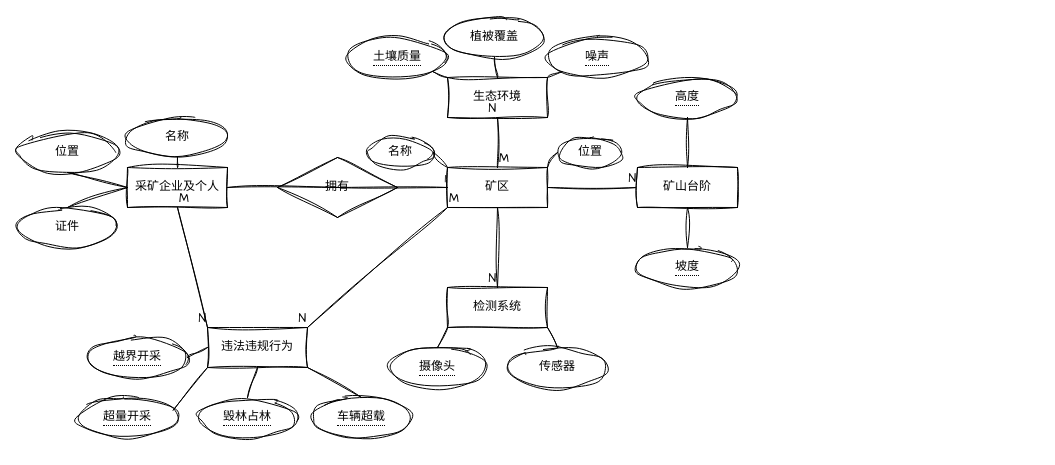
Earlier version of the draw.io diagram 地理信息系统.drawio (ZXovery/Learning). Source tidied: cells renumbered, new cells numbered last; positions are measured from the earlier drawing's top-left corner, leaving out a move shared by most shapes. Both pictures are drawn from the tidied source at 100%, with x=0, y=0 at pixel (17, 17).
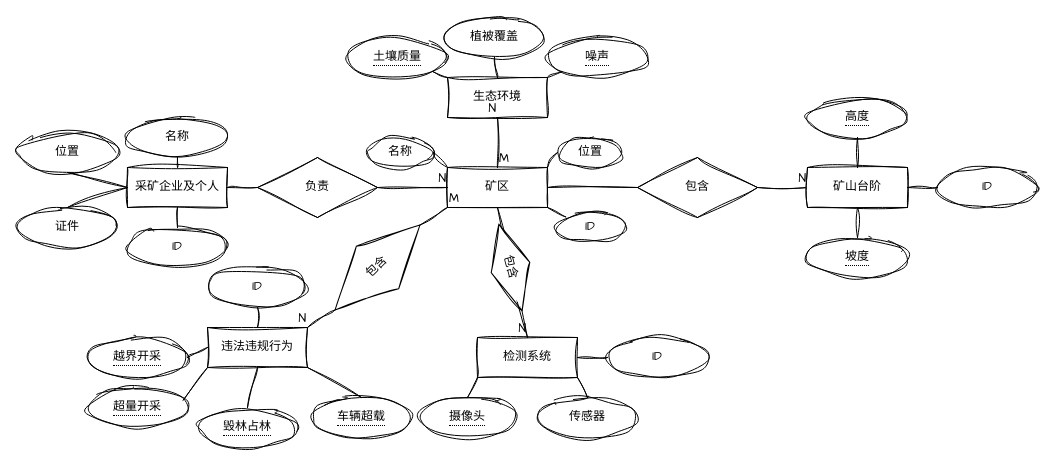
Above is the later version.

Commit message:
更新地理信息系统.drawio

Unchanged cells that the change refers to:
```xml
<mxCell id="2" value="采矿企业及个人" style="whiteSpace=wrap;html=1;align=center;sketch=1;hachureGap=4;jiggle=2;curveFitting=1;fontFamily=Architects Daughter;" parent="1" vertex="1">
  <mxGeometry x="110" y="150" width="100" height="40" as="geometry" />
</mxCell>
<mxCell id="3" value="违法违规行为" style="whiteSpace=wrap;html=1;align=center;sketch=1;hachureGap=4;jiggle=2;curveFitting=1;fontFamily=Architects Daughter;" parent="1" vertex="1">
  <mxGeometry x="190" y="310" width="100" height="40" as="geometry" />
</mxCell>
<mxCell id="4" value="矿区" style="whiteSpace=wrap;html=1;align=center;sketch=1;hachureGap=4;jiggle=2;curveFitting=1;fontFamily=Architects Daughter;" parent="1" vertex="1">
  <mxGeometry x="430" y="150" width="100" height="40" as="geometry" />
</mxCell>
```

What changed in the source:
```diff
@@
     <mxCell id="5" value="检测系统" style="whiteSpace=wrap;html=1;align=center;sketch=1;hachureGap=4;jiggle=2;curveFitting=1;fontFamily=Architects Daughter;" parent="1" vertex="1">
-      <mxGeometry x="430" y="270" width="100" height="40" as="geometry" />
+      <mxGeometry x="460" y="320" width="100" height="40" as="geometry" />
     </mxCell>
@@
-    <mxCell id="13" value="拥有" style="shape=rhombus;perimeter=rhombusPerimeter;whiteSpace=wrap;html=1;align=center;sketch=1;hachureGap=4;jiggle=2;curveFitting=1;fontFamily=Architects Daughter;" parent="1" vertex="1">
-      <mxGeometry x="260" y="140" width="120" height="60" as="geometry" />
-    </mxCell>
-    <mxCell id="14" style="endArrow=none;html=1;rounded=0;sketch=1;hachureGap=4;jiggle=2;curveFitting=1;fontFamily=Architects Daughter;exitX=1;exitY=0.5;exitDx=0;exitDy=0;entryX=0;entryY=0.5;entryDx=0;entryDy=0;" parent="1" edge="1" source="2" target="4">
-      <mxGeometry relative="1" as="geometry">
-        <Array as="points">
-          <mxPoint x="320" y="170" />
-        </Array>
-      </mxGeometry>
-    </mxCell>
-    <mxCell id="15" value="1" style="html=1;whiteSpace=wrap;align=right;verticalAlign=bottom;sketch=1;hachureGap=4;jiggle=2;curveFitting=1;fontFamily=Architects Daughter;" parent="14" vertex="1">
-      <mxGeometry x="1" relative="1" as="geometry" />
-    </mxCell>
-    <mxCell id="16" style="endArrow=none;html=1;rounded=0;sketch=1;hachureGap=4;jiggle=2;curveFitting=1;fontFamily=Architects Daughter;exitX=1;exitY=0.5;exitDx=0;exitDy=0;" parent="1" edge="1" source="4">
-      <mxGeometry relative="1" as="geometry">
-        <mxPoint x="620" y="170" as="targetPoint" />
-      </mxGeometry>
+    <mxCell id="16" style="endArrow=none;html=1;rounded=0;sketch=1;hachureGap=4;jiggle=2;curveFitting=1;fontFamily=Architects Daughter;exitX=1;exitY=0.5;exitDx=0;exitDy=0;entryX=0;entryY=0.5;entryDx=0;entryDy=0;" parent="1" edge="1" source="58" target="18">
+      <mxGeometry relative="1" as="geometry" />
     </mxCell>
@@
     <mxCell id="18" value="矿山台阶" style="whiteSpace=wrap;html=1;align=center;sketch=1;hachureGap=4;jiggle=2;curveFitting=1;fontFamily=Architects Daughter;" parent="1" vertex="1">
-      <mxGeometry x="620" y="150" width="100" height="40" as="geometry" />
+      <mxGeometry x="790" y="150" width="100" height="40" as="geometry" />
     </mxCell>
     <mxCell id="19" value="&lt;span style=&quot;border-bottom: 1px dotted&quot;&gt;坡度&lt;/span&gt;" style="ellipse;whiteSpace=wrap;html=1;align=center;sketch=1;hachureGap=4;jiggle=2;curveFitting=1;fontFamily=Architects Daughter;" parent="1" vertex="1">
-      <mxGeometry x="620" y="230" width="100" height="40" as="geometry" />
+      <mxGeometry x="790" y="220" width="100" height="40" as="geometry" />
     </mxCell>
     <mxCell id="20" value="&lt;span style=&quot;border-bottom: 1px dotted&quot;&gt;高度&lt;/span&gt;" style="ellipse;whiteSpace=wrap;html=1;align=center;sketch=1;hachureGap=4;jiggle=2;curveFitting=1;fontFamily=Architects Daughter;" parent="1" vertex="1">
-      <mxGeometry x="620" y="60" width="100" height="40" as="geometry" />
+      <mxGeometry x="790" y="80" width="100" height="40" as="geometry" />
     </mxCell>
@@
     <mxCell id="22" value="&lt;span style=&quot;border-bottom: 1px dotted&quot;&gt;摄像头&lt;/span&gt;" style="ellipse;whiteSpace=wrap;html=1;align=center;sketch=1;hachureGap=4;jiggle=2;curveFitting=1;fontFamily=Architects Daughter;" parent="1" vertex="1">
-      <mxGeometry x="370" y="330" width="100" height="40" as="geometry" />
+      <mxGeometry x="400" y="380" width="100" height="40" as="geometry" />
     </mxCell>
     <mxCell id="23" value="传感器" style="ellipse;whiteSpace=wrap;html=1;align=center;sketch=1;hachureGap=4;jiggle=2;curveFitting=1;fontFamily=Architects Daughter;" parent="1" vertex="1">
-      <mxGeometry x="490" y="330" width="100" height="40" as="geometry" />
+      <mxGeometry x="520" y="380" width="100" height="40" as="geometry" />
     </mxCell>
@@
-    <mxCell id="32" style="endArrow=none;html=1;rounded=0;sketch=1;hachureGap=4;jiggle=2;curveFitting=1;fontFamily=Architects Daughter;exitX=0.5;exitY=1;exitDx=0;exitDy=0;entryX=0;entryY=0;entryDx=0;entryDy=0;" parent="1" edge="1" source="2" target="3">
-      <mxGeometry relative="1" as="geometry" />
-    </mxCell>
-    <mxCell id="33" value="M" style="html=1;whiteSpace=wrap;align=left;verticalAlign=bottom;sketch=1;hachureGap=4;jiggle=2;curveFitting=1;fontFamily=Architects Daughter;" parent="32" vertex="1">
-      <mxGeometry x="-1" relative="1" as="geometry" />
-    </mxCell>
-    <mxCell id="34" value="N" style="html=1;whiteSpace=wrap;align=right;verticalAlign=bottom;sketch=1;hachureGap=4;jiggle=2;curveFitting=1;fontFamily=Architects Daughter;" parent="32" vertex="1">
-      <mxGeometry x="1" relative="1" as="geometry" />
-    </mxCell>
-    <mxCell id="35" style="endArrow=none;html=1;rounded=0;sketch=1;hachureGap=4;jiggle=2;curveFitting=1;fontFamily=Architects Daughter;exitX=0;exitY=1;exitDx=0;exitDy=0;entryX=1;entryY=0;entryDx=0;entryDy=0;" parent="1" edge="1" source="4" target="3">
+    <mxCell id="35" style="endArrow=none;html=1;rounded=0;sketch=1;hachureGap=4;jiggle=2;curveFitting=1;fontFamily=Architects Daughter;exitX=0;exitY=0.5;exitDx=0;exitDy=0;entryX=1;entryY=0;entryDx=0;entryDy=0;" parent="1" edge="1" source="74" target="3">
       <mxGeometry relative="1" as="geometry" />
     </mxCell>
-    <mxCell id="36" value="M" style="html=1;whiteSpace=wrap;align=left;verticalAlign=bottom;sketch=1;hachureGap=4;jiggle=2;curveFitting=1;fontFamily=Architects Daughter;" parent="35" vertex="1">
-      <mxGeometry x="-1" relative="1" as="geometry" />
-    </mxCell>
@@
     <mxCell id="38" value="&lt;span style=&quot;border-bottom: 1px dotted&quot;&gt;超量开采&lt;/span&gt;" style="ellipse;whiteSpace=wrap;html=1;align=center;sketch=1;hachureGap=4;jiggle=2;curveFitting=1;fontFamily=Architects Daughter;" parent="1" vertex="1">
-      <mxGeometry x="60" y="380" width="100" height="40" as="geometry" />
+      <mxGeometry x="70" y="370" width="100" height="40" as="geometry" />
     </mxCell>
     <mxCell id="39" value="&lt;span style=&quot;border-bottom: 1px dotted&quot;&gt;毁林占林&lt;/span&gt;" style="ellipse;whiteSpace=wrap;html=1;align=center;sketch=1;hachureGap=4;jiggle=2;curveFitting=1;fontFamily=Architects Daughter;" parent="1" vertex="1">
-      <mxGeometry x="180" y="380" width="100" height="40" as="geometry" />
+      <mxGeometry x="180" y="390" width="100" height="40" as="geometry" />
     </mxCell>
@@
+    <mxCell id="57" style="endArrow=none;html=1;rounded=0;sketch=1;hachureGap=4;jiggle=2;curveFitting=1;fontFamily=Architects Daughter;exitX=1;exitY=0.5;exitDx=0;exitDy=0;entryX=0;entryY=0.5;entryDx=0;entryDy=0;" parent="1" edge="1" source="4" target="58">
+      <mxGeometry relative="1" as="geometry" />
+    </mxCell>
+    <mxCell id="58" value="包含" style="shape=rhombus;perimeter=rhombusPerimeter;whiteSpace=wrap;html=1;align=center;sketch=1;hachureGap=4;jiggle=2;curveFitting=1;fontFamily=Architects Daughter;" parent="1" vertex="1">
+      <mxGeometry x="620" y="140" width="120" height="60" as="geometry" />
+    </mxCell>
+    <mxCell id="59" style="endArrow=none;html=1;rounded=0;sketch=1;hachureGap=4;jiggle=2;curveFitting=1;fontFamily=Architects Daughter;exitX=1;exitY=0.5;exitDx=0;exitDy=0;entryX=0;entryY=0.5;entryDx=0;entryDy=0;" parent="1" edge="1" source="61" target="4">
+      <mxGeometry relative="1" as="geometry" />
+    </mxCell>
+    <mxCell id="34" value="N" style="html=1;whiteSpace=wrap;align=right;verticalAlign=bottom;sketch=1;hachureGap=4;jiggle=2;curveFitting=1;fontFamily=Architects Daughter;" parent="59" vertex="1">
+      <mxGeometry x="1" relative="1" as="geometry" />
+    </mxCell>
+    <mxCell id="60" style="endArrow=none;html=1;rounded=0;sketch=1;hachureGap=4;jiggle=2;curveFitting=1;fontFamily=Architects Daughter;exitX=1;exitY=0.5;exitDx=0;exitDy=0;entryX=0;entryY=0.5;entryDx=0;entryDy=0;" parent="1" edge="1" source="2" target="61">
+      <mxGeometry relative="1" as="geometry" />
+    </mxCell>
+    <mxCell id="61" value="负责" style="shape=rhombus;perimeter=rhombusPerimeter;whiteSpace=wrap;html=1;align=center;sketch=1;hachureGap=4;jiggle=2;curveFitting=1;fontFamily=Architects Daughter;" parent="1" vertex="1">
+      <mxGeometry x="240" y="140" width="120" height="60" as="geometry" />
+    </mxCell>
+    <mxCell id="62" value="ID" style="ellipse;whiteSpace=wrap;html=1;align=center;sketch=1;hachureGap=4;jiggle=2;curveFitting=1;fontFamily=Architects Daughter;" parent="1" vertex="1">
+      <mxGeometry x="110" y="210" width="100" height="40" as="geometry" />
+    </mxCell>
+    <mxCell id="63" value="ID" style="ellipse;whiteSpace=wrap;html=1;align=center;sketch=1;hachureGap=4;jiggle=2;curveFitting=1;fontFamily=Architects Daughter;" parent="1" vertex="1">
+      <mxGeometry x="538" y="195" width="70" height="30" as="geometry" />
+    </mxCell>
+    <mxCell id="64" value="ID" style="ellipse;whiteSpace=wrap;html=1;align=center;sketch=1;hachureGap=4;jiggle=2;curveFitting=1;fontFamily=Architects Daughter;" parent="1" vertex="1">
+      <mxGeometry x="920" y="150" width="100" height="40" as="geometry" />
+    </mxCell>
+    <mxCell id="65" value="ID" style="ellipse;whiteSpace=wrap;html=1;align=center;sketch=1;hachureGap=4;jiggle=2;curveFitting=1;fontFamily=Architects Daughter;" parent="1" vertex="1">
+      <mxGeometry x="590" y="320" width="100" height="40" as="geometry" />
+    </mxCell>
+    <mxCell id="66" value="ID" style="ellipse;whiteSpace=wrap;html=1;align=center;sketch=1;hachureGap=4;jiggle=2;curveFitting=1;fontFamily=Architects Daughter;" parent="1" vertex="1">
+      <mxGeometry x="190" y="250" width="100" height="40" as="geometry" />
+    </mxCell>
+    <mxCell id="67" style="endArrow=none;html=1;rounded=0;sketch=1;hachureGap=4;jiggle=2;curveFitting=1;fontFamily=Architects Daughter;exitX=0.5;exitY=1;exitDx=0;exitDy=0;entryX=0.5;entryY=0;entryDx=0;entryDy=0;" parent="1" edge="1" source="66" target="3">
+      <mxGeometry relative="1" as="geometry" />
+    </mxCell>
+    <mxCell id="68" style="endArrow=none;html=1;rounded=0;sketch=1;hachureGap=4;jiggle=2;curveFitting=1;fontFamily=Architects Daughter;exitX=0.5;exitY=1;exitDx=0;exitDy=0;entryX=0.5;entryY=0;entryDx=0;entryDy=0;" parent="1" edge="1" source="2" target="62">
+      <mxGeometry relative="1" as="geometry" />
+    </mxCell>
+    <mxCell id="69" style="endArrow=none;html=1;rounded=0;sketch=1;hachureGap=4;jiggle=2;curveFitting=1;fontFamily=Architects Daughter;exitX=0;exitY=0;exitDx=0;exitDy=0;entryX=1;entryY=1;entryDx=0;entryDy=0;" parent="1" edge="1" source="63" target="4">
+      <mxGeometry relative="1" as="geometry" />
+    </mxCell>
+    <mxCell id="70" style="endArrow=none;html=1;rounded=0;sketch=1;hachureGap=4;jiggle=2;curveFitting=1;fontFamily=Architects Daughter;exitX=0;exitY=0.5;exitDx=0;exitDy=0;entryX=1;entryY=0.5;entryDx=0;entryDy=0;" parent="1" edge="1" source="65" target="5">
+      <mxGeometry relative="1" as="geometry" />
+    </mxCell>
+    <mxCell id="71" style="endArrow=none;html=1;rounded=0;sketch=1;hachureGap=4;jiggle=2;curveFitting=1;fontFamily=Architects Daughter;exitX=0;exitY=0.5;exitDx=0;exitDy=0;entryX=1;entryY=0.5;entryDx=0;entryDy=0;" parent="1" edge="1" source="64" target="18">
+      <mxGeometry relative="1" as="geometry" />
+    </mxCell>
+    <mxCell id="72" style="endArrow=none;html=1;rounded=0;sketch=1;hachureGap=4;jiggle=2;curveFitting=1;fontFamily=Architects Daughter;exitX=0;exitY=1;exitDx=0;exitDy=0;entryX=1;entryY=0.5;entryDx=0;entryDy=0;" parent="1" edge="1" source="4" target="74">
+      <mxGeometry relative="1" as="geometry" />
+    </mxCell>
+    <mxCell id="73" value="M" style="html=1;whiteSpace=wrap;align=left;verticalAlign=bottom;sketch=1;hachureGap=4;jiggle=2;curveFitting=1;fontFamily=Architects Daughter;" parent="72" vertex="1">
+      <mxGeometry x="-1" relative="1" as="geometry" />
+    </mxCell>
+    <mxCell id="74" value="包含" style="shape=rhombus;perimeter=rhombusPerimeter;whiteSpace=wrap;html=1;align=center;sketch=1;hachureGap=4;jiggle=2;curveFitting=1;fontFamily=Architects Daughter;rotation=-45;" parent="1" vertex="1">
+      <mxGeometry x="300" y="220" width="120" height="60" as="geometry" />
+    </mxCell>
+    <mxCell id="75" value="包含" style="shape=rhombus;perimeter=rhombusPerimeter;whiteSpace=wrap;html=1;align=center;sketch=1;hachureGap=4;jiggle=2;curveFitting=1;fontFamily=Architects Daughter;rotation=75;" parent="1" vertex="1">
+      <mxGeometry x="448" y="230" width="90" height="40" as="geometry" />
+    </mxCell>
```
